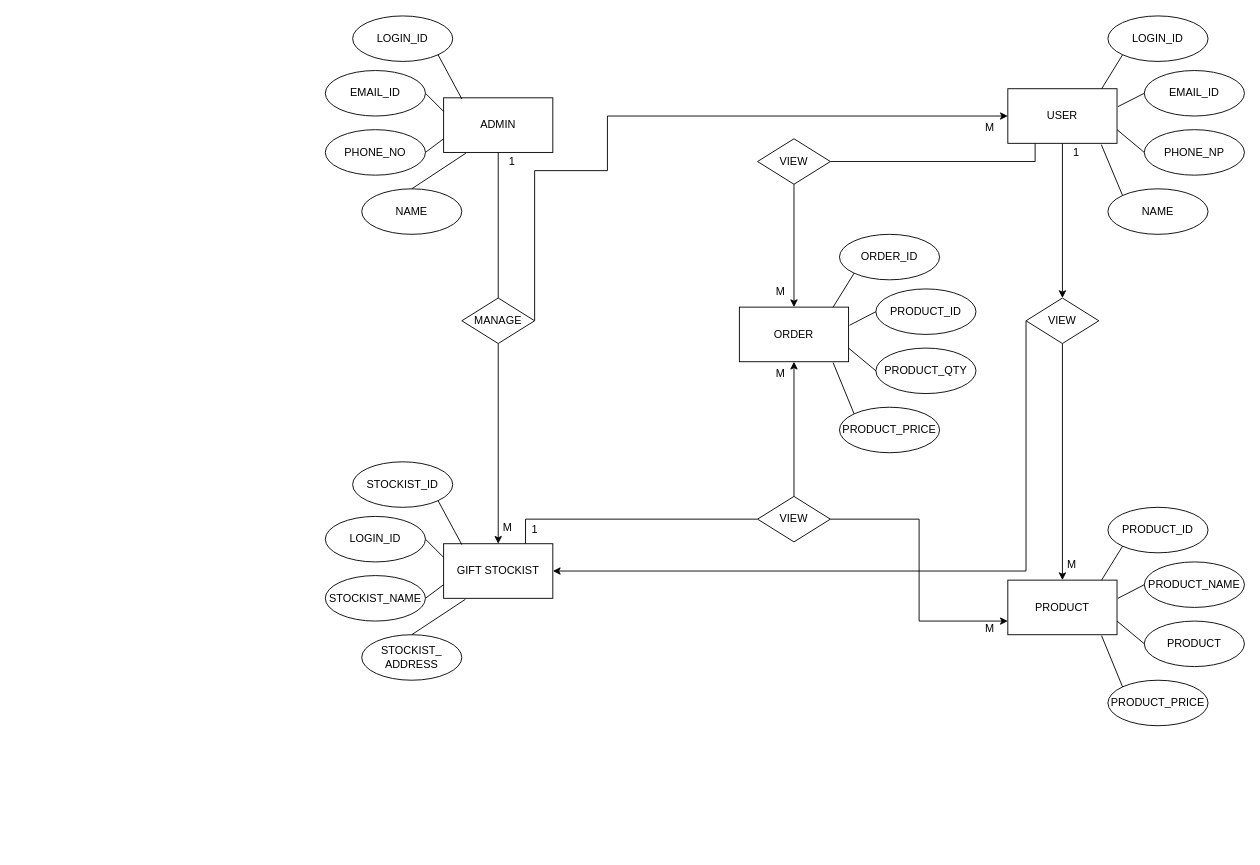
This is page "ER" (2 of 14) of Usecase userside.drawio from panchalbhavya2210/gift_documentation, a draw.io file, before an edit. Source tidied: cells renumbered, new cells numbered last; positions are measured from the earlier drawing's top-left corner, leaving out a move shared by most shapes. Both pictures are drawn from the tidied source at 91%, with x=0, y=0 at pixel (325, 15).
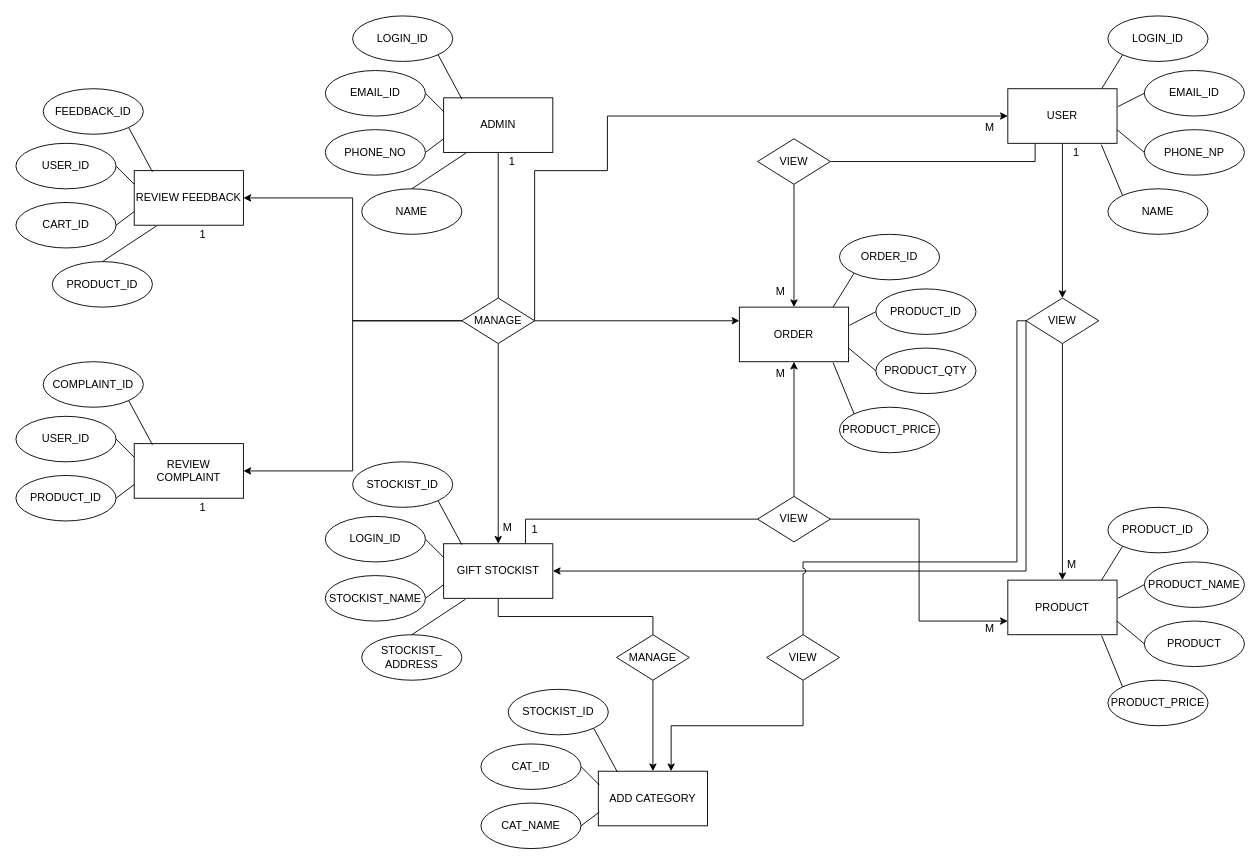
The same diagram, later.

The change refers to these unchanged cells:
```xml
<mxCell id="14" value="MANAGE" style="rhombus;whiteSpace=wrap;html=1;" parent="1" vertex="1">
  <mxGeometry x="150" y="310" width="80" height="50" as="geometry" />
</mxCell>
<mxCell id="17" value="GIFT STOCKIST" style="rounded=0;whiteSpace=wrap;html=1;" parent="1" vertex="1">
  <mxGeometry x="130" y="580" width="120" height="60" as="geometry" />
</mxCell>
<mxCell id="42" value="VIEW" style="rhombus;whiteSpace=wrap;html=1;" parent="1" vertex="1">
  <mxGeometry x="770" y="310" width="80" height="50" as="geometry" />
</mxCell>
<mxCell id="55" value="ORDER" style="rounded=0;whiteSpace=wrap;html=1;" parent="1" vertex="1">
  <mxGeometry x="455" y="320" width="120" height="60" as="geometry" />
</mxCell>
```

Change to the diagram source:
```diff
@@
+    <mxCell id="71" style="edgeStyle=orthogonalEdgeStyle;rounded=0;jettySize=auto;html=1;exitX=1;exitY=0.5;exitDx=0;exitDy=0;entryX=0;entryY=0.25;entryDx=0;entryDy=0;" parent="1" edge="1" source="14" target="55">
+      <mxGeometry relative="1" as="geometry" />
+    </mxCell>
+    <mxCell id="72" style="edgeStyle=orthogonalEdgeStyle;rounded=0;jettySize=auto;html=1;exitX=0;exitY=0.5;exitDx=0;exitDy=0;entryX=1;entryY=0.5;entryDx=0;entryDy=0;" parent="1" edge="1" source="14" target="87">
+      <mxGeometry relative="1" as="geometry" />
+    </mxCell>
+    <mxCell id="73" style="edgeStyle=orthogonalEdgeStyle;rounded=0;jettySize=auto;html=1;exitX=0;exitY=0.5;exitDx=0;exitDy=0;entryX=1;entryY=0.5;entryDx=0;entryDy=0;" parent="1" edge="1" source="14" target="97">
+      <mxGeometry relative="1" as="geometry" />
+    </mxCell>
@@
+    <mxCell id="74" style="edgeStyle=orthogonalEdgeStyle;rounded=0;jettySize=auto;html=1;exitX=0.5;exitY=1;exitDx=0;exitDy=0;entryX=0.5;entryY=0;entryDx=0;entryDy=0;endArrow=none;endFill=0;" parent="1" edge="1" source="17" target="78">
+      <mxGeometry relative="1" as="geometry" />
+    </mxCell>
@@
+    <mxCell id="75" style="edgeStyle=orthogonalEdgeStyle;rounded=0;jettySize=auto;html=1;exitX=0;exitY=0.5;exitDx=0;exitDy=0;endArrow=none;endFill=0;entryX=0.5;entryY=0;entryDx=0;entryDy=0;jumpStyle=arc;" parent="1" edge="1" source="42" target="86">
+      <mxGeometry relative="1" as="geometry">
+        <Array as="points">
+          <mxPoint x="760" y="335" />
+          <mxPoint x="760" y="600" />
+          <mxPoint x="525" y="600" />
+        </Array>
+      </mxGeometry>
+    </mxCell>
@@
+    <mxCell id="76" value="ADD CATEGORY" style="rounded=0;whiteSpace=wrap;html=1;" parent="1" vertex="1">
+      <mxGeometry x="300" y="830" width="120" height="60" as="geometry" />
+    </mxCell>
+    <mxCell id="77" style="edgeStyle=orthogonalEdgeStyle;rounded=0;jettySize=auto;html=1;exitX=0.5;exitY=1;exitDx=0;exitDy=0;entryX=0.5;entryY=0;entryDx=0;entryDy=0;" parent="1" edge="1" source="78" target="76">
+      <mxGeometry relative="1" as="geometry" />
+    </mxCell>
+    <mxCell id="78" value="MANAGE" style="rhombus;whiteSpace=wrap;html=1;" parent="1" vertex="1">
+      <mxGeometry x="320" y="680" width="80" height="50" as="geometry" />
+    </mxCell>
+    <mxCell id="79" value="STOCKIST_ID" style="ellipse;whiteSpace=wrap;html=1;" parent="1" vertex="1">
+      <mxGeometry x="201" y="740" width="110" height="50" as="geometry" />
+    </mxCell>
+    <mxCell id="80" style="rounded=0;jettySize=auto;html=1;exitX=1;exitY=0.5;exitDx=0;exitDy=0;entryX=0;entryY=0.25;entryDx=0;entryDy=0;endArrow=none;endFill=0;" parent="1" edge="1" source="81">
+      <mxGeometry relative="1" as="geometry">
+        <mxPoint x="301" y="845" as="targetPoint" />
+      </mxGeometry>
+    </mxCell>
+    <mxCell id="81" value="CAT_ID" style="ellipse;whiteSpace=wrap;html=1;" parent="1" vertex="1">
+      <mxGeometry x="171" y="800" width="110" height="50" as="geometry" />
+    </mxCell>
+    <mxCell id="82" style="rounded=0;jettySize=auto;html=1;exitX=1;exitY=0.5;exitDx=0;exitDy=0;entryX=0;entryY=0.75;entryDx=0;entryDy=0;endArrow=none;endFill=0;" parent="1" edge="1" source="83">
+      <mxGeometry relative="1" as="geometry">
+        <mxPoint x="301" y="875" as="targetPoint" />
+      </mxGeometry>
+    </mxCell>
+    <mxCell id="83" value="CAT_NAME" style="ellipse;whiteSpace=wrap;html=1;" parent="1" vertex="1">
+      <mxGeometry x="171" y="865" width="110" height="50" as="geometry" />
+    </mxCell>
+    <mxCell id="84" style="rounded=0;jettySize=auto;html=1;exitX=1;exitY=1;exitDx=0;exitDy=0;entryX=0.167;entryY=0.022;entryDx=0;entryDy=0;entryPerimeter=0;endArrow=none;endFill=0;" parent="1" edge="1" source="79">
+      <mxGeometry relative="1" as="geometry">
+        <mxPoint x="321" y="831" as="targetPoint" />
+      </mxGeometry>
+    </mxCell>
+    <mxCell id="85" style="edgeStyle=orthogonalEdgeStyle;rounded=0;jettySize=auto;html=1;exitX=0.5;exitY=1;exitDx=0;exitDy=0;" parent="1" edge="1" source="86" target="76">
+      <mxGeometry relative="1" as="geometry">
+        <Array as="points">
+          <mxPoint x="525" y="780" />
+          <mxPoint x="380" y="780" />
+        </Array>
+      </mxGeometry>
+    </mxCell>
+    <mxCell id="86" value="VIEW" style="rhombus;whiteSpace=wrap;html=1;" parent="1" vertex="1">
+      <mxGeometry x="485" y="680" width="80" height="50" as="geometry" />
+    </mxCell>
+    <mxCell id="87" value="REVIEW FEEDBACK" style="rounded=0;whiteSpace=wrap;html=1;" parent="1" vertex="1">
+      <mxGeometry x="-210" y="170" width="120" height="60" as="geometry" />
+    </mxCell>
+    <mxCell id="88" value="FEEDBACK_ID" style="ellipse;whiteSpace=wrap;html=1;" parent="1" vertex="1">
+      <mxGeometry x="-310" y="80" width="110" height="50" as="geometry" />
+    </mxCell>
+    <mxCell id="89" style="rounded=0;jettySize=auto;html=1;exitX=1;exitY=0.5;exitDx=0;exitDy=0;entryX=0;entryY=0.25;entryDx=0;entryDy=0;endArrow=none;endFill=0;" parent="1" edge="1" source="90" target="87">
+      <mxGeometry relative="1" as="geometry" />
+    </mxCell>
+    <mxCell id="90" value="USER_ID" style="ellipse;whiteSpace=wrap;html=1;" parent="1" vertex="1">
+      <mxGeometry x="-340" y="140" width="110" height="50" as="geometry" />
+    </mxCell>
+    <mxCell id="91" style="rounded=0;jettySize=auto;html=1;exitX=1;exitY=0.5;exitDx=0;exitDy=0;entryX=0;entryY=0.75;entryDx=0;entryDy=0;endArrow=none;endFill=0;" parent="1" edge="1" source="92" target="87">
+      <mxGeometry relative="1" as="geometry" />
+    </mxCell>
+    <mxCell id="92" value="CART_ID" style="ellipse;whiteSpace=wrap;html=1;" parent="1" vertex="1">
+      <mxGeometry x="-340" y="205" width="110" height="50" as="geometry" />
+    </mxCell>
+    <mxCell id="93" value="PRODUCT_ID" style="ellipse;whiteSpace=wrap;html=1;" parent="1" vertex="1">
+      <mxGeometry x="-300" y="270" width="110" height="50" as="geometry" />
+    </mxCell>
+    <mxCell id="94" style="rounded=0;jettySize=auto;html=1;exitX=1;exitY=1;exitDx=0;exitDy=0;entryX=0.167;entryY=0.022;entryDx=0;entryDy=0;entryPerimeter=0;endArrow=none;endFill=0;" parent="1" edge="1" source="88" target="87">
+      <mxGeometry relative="1" as="geometry" />
+    </mxCell>
+    <mxCell id="95" style="rounded=0;jettySize=auto;html=1;exitX=0.5;exitY=0;exitDx=0;exitDy=0;entryX=0.204;entryY=1.013;entryDx=0;entryDy=0;entryPerimeter=0;endArrow=none;endFill=0;" parent="1" edge="1" source="93" target="87">
+      <mxGeometry relative="1" as="geometry" />
+    </mxCell>
+    <mxCell id="96" value="1" style="text;html=1;align=center;verticalAlign=middle;strokeColor=none;fillColor=none;" parent="1" vertex="1">
+      <mxGeometry x="-150" y="225" width="30" height="30" as="geometry" />
+    </mxCell>
+    <mxCell id="97" value="REVIEW COMPLAINT" style="rounded=0;whiteSpace=wrap;html=1;" parent="1" vertex="1">
+      <mxGeometry x="-210" y="470" width="120" height="60" as="geometry" />
+    </mxCell>
+    <mxCell id="98" value="COMPLAINT_ID" style="ellipse;whiteSpace=wrap;html=1;" parent="1" vertex="1">
+      <mxGeometry x="-310" y="380" width="110" height="50" as="geometry" />
+    </mxCell>
+    <mxCell id="99" style="rounded=0;jettySize=auto;html=1;exitX=1;exitY=0.5;exitDx=0;exitDy=0;entryX=0;entryY=0.25;entryDx=0;entryDy=0;endArrow=none;endFill=0;" parent="1" edge="1" source="100" target="97">
+      <mxGeometry relative="1" as="geometry" />
+    </mxCell>
+    <mxCell id="100" value="USER_ID" style="ellipse;whiteSpace=wrap;html=1;" parent="1" vertex="1">
+      <mxGeometry x="-340" y="440" width="110" height="50" as="geometry" />
+    </mxCell>
+    <mxCell id="101" style="rounded=0;jettySize=auto;html=1;exitX=1;exitY=0.5;exitDx=0;exitDy=0;entryX=0;entryY=0.75;entryDx=0;entryDy=0;endArrow=none;endFill=0;" parent="1" edge="1" source="102" target="97">
+      <mxGeometry relative="1" as="geometry" />
+    </mxCell>
+    <mxCell id="102" value="PRODUCT_ID" style="ellipse;whiteSpace=wrap;html=1;" parent="1" vertex="1">
+      <mxGeometry x="-340" y="505" width="110" height="50" as="geometry" />
+    </mxCell>
+    <mxCell id="103" style="rounded=0;jettySize=auto;html=1;exitX=1;exitY=1;exitDx=0;exitDy=0;entryX=0.167;entryY=0.022;entryDx=0;entryDy=0;entryPerimeter=0;endArrow=none;endFill=0;" parent="1" edge="1" source="98" target="97">
+      <mxGeometry relative="1" as="geometry" />
+    </mxCell>
+    <mxCell id="104" value="1" style="text;html=1;align=center;verticalAlign=middle;strokeColor=none;fillColor=none;" parent="1" vertex="1">
+      <mxGeometry x="-150" y="525" width="30" height="30" as="geometry" />
+    </mxCell>
```
